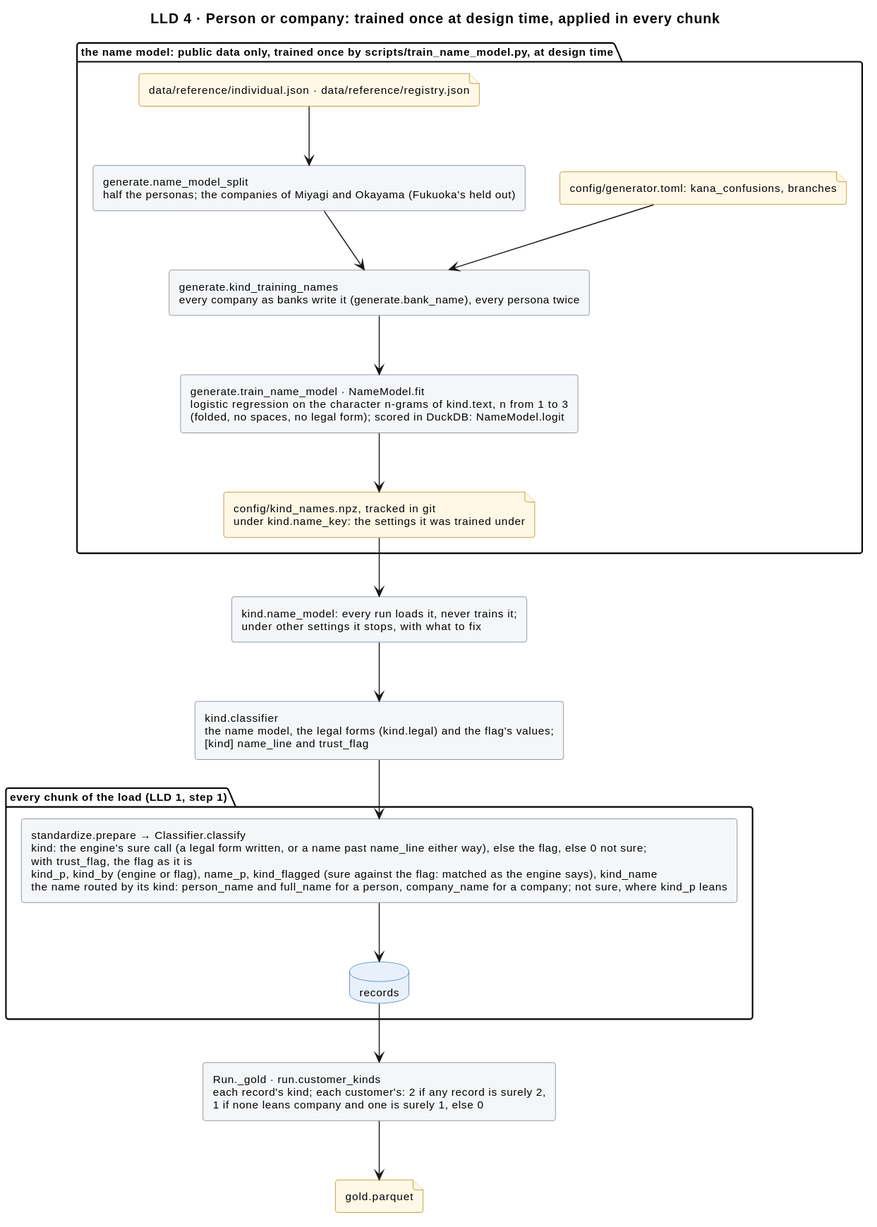
The PlantUML diagram docs/diagrams/kind.svg in mvsbm/entity_matching, before a commit.
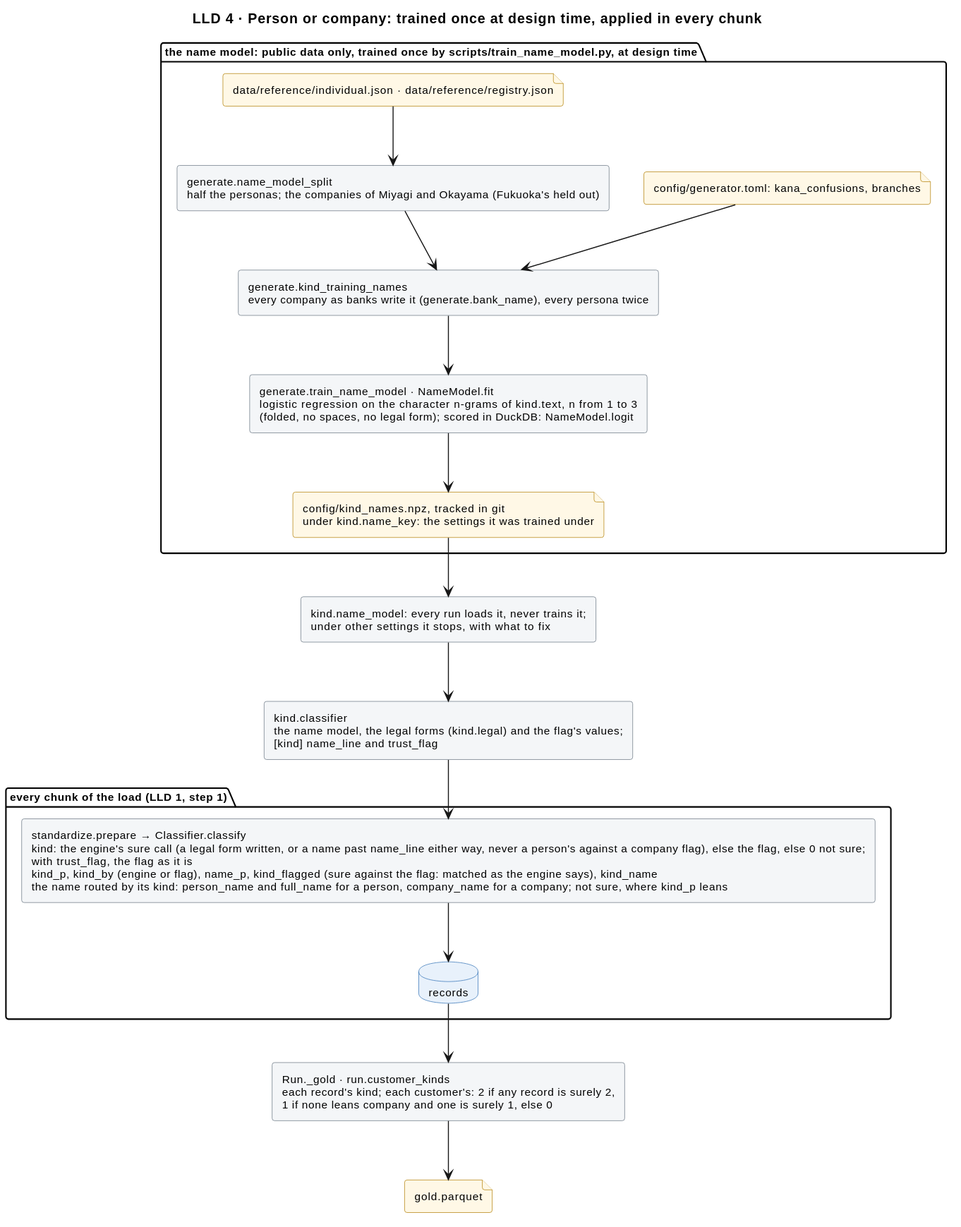
Later version of the same file.

Commit message:
A name that reads as a person's never overrides a company flag: the flag stands, so a company's records under its representative's name no longer merge into the representative's own

Diff of the diagram source:
```diff
@@ -27,7 +27,7 @@
 rectangle "kind.classifier\nthe name model, the legal forms (kind.legal) and the flag's values;\n[kind] name_line and trust_flag" as fit
 
 package "every chunk of the load (LLD 1, step 1)" {
-  rectangle "standardize.prepare → Classifier.classify\nkind: the engine's sure call (a legal form written, or a name past name_line either way), else the flag, else 0 not sure;\nwith trust_flag, the flag as it is\nkind_p, kind_by (engine or flag), name_p, kind_flagged (sure against the flag: matched as the engine says), kind_name\nthe name routed by its kind: person_name and full_name for a person, company_name for a company; not sure, where kind_p leans" as classify
+  rectangle "standardize.prepare → Classifier.classify\nkind: the engine's sure call (a legal form written, or a name past name_line either way, never a person's against a company flag), else the flag, else 0 not sure;\nwith trust_flag, the flag as it is\nkind_p, kind_by (engine or flag), name_p, kind_flagged (sure against the flag: matched as the engine says), kind_name\nthe name routed by its kind: person_name and full_name for a person, company_name for a company; not sure, where kind_p leans" as classify
   database "records" as records
 }
 
```
